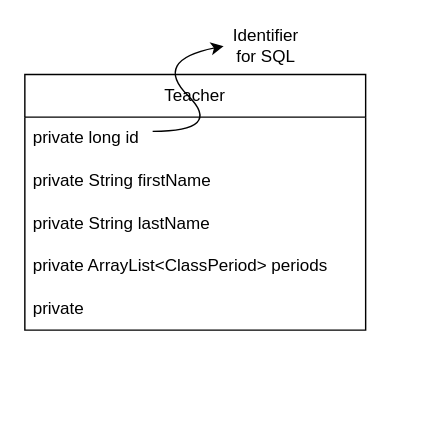
The draw.io diagram assets/teacherobject.drawio in John-sCC/jcc_frontend, before the edit. Source tidied: cells renumbered, new cells numbered last; positions are measured from the earlier drawing's top-left corner, leaving out a move shared by most shapes. Both pictures are drawn from the tidied source at 142%, with x=0, y=0 at pixel (24, 24).
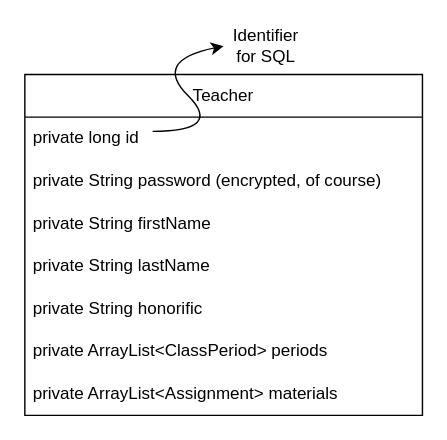
After the change.

The edit, as a diff of the source:
```diff
@@
 <mxGraphModel>
   <root>
     <mxCell id="0" />
     <mxCell id="1" parent="0" />
     <mxCell id="2" value="Teacher" style="swimlane;fontStyle=0;horizontal=1;startSize=30;whiteSpace=wrap;html=1;" parent="1" vertex="1">
-      <mxGeometry y="35" width="240" height="180" as="geometry" />
+      <mxGeometry y="35" width="280" height="240" as="geometry" />
     </mxCell>
     <mxCell id="3" style="curved=1;endArrow=classic;html=1;rounded=0;" parent="2" edge="1">
       <mxGeometry relative="1" as="geometry">
         <mxPoint x="90" y="40" as="sourcePoint" />
         <mxPoint x="140" y="-20" as="targetPoint" />
         <Array as="points">
           <mxPoint x="140" y="40" />
           <mxPoint x="90" y="-10" />
         </Array>
       </mxGeometry>
     </mxCell>
     <mxCell id="4" value="private long id" style="text;strokeColor=none;fillColor=none;align=left;verticalAlign=middle;spacingLeft=4;spacingRight=4;overflow=hidden;whiteSpace=wrap;html=1;" parent="2" vertex="1">
-      <mxGeometry y="30" width="240" height="30" as="geometry" />
+      <mxGeometry y="30" width="280" height="30" as="geometry" />
     </mxCell>
+    <mxCell id="10" value="private String password (encrypted, of course)" style="text;html=1;strokeColor=none;fillColor=none;align=left;verticalAlign=middle;whiteSpace=wrap;rounded=0;spacingLeft=4;" parent="2" vertex="1">
+      <mxGeometry y="60" width="280" height="30" as="geometry" />
+    </mxCell>
     <mxCell id="5" value="private String firstName" style="text;strokeColor=none;fillColor=none;align=left;verticalAlign=middle;spacingLeft=4;spacingRight=4;overflow=hidden;whiteSpace=wrap;html=1;" parent="2" vertex="1">
-      <mxGeometry y="60" width="240" height="30" as="geometry" />
+      <mxGeometry y="90" width="280" height="30" as="geometry" />
     </mxCell>
     <mxCell id="6" value="private String lastName" style="text;strokeColor=none;fillColor=none;align=left;verticalAlign=middle;spacingLeft=4;spacingRight=4;overflow=hidden;whiteSpace=wrap;html=1;" parent="2" vertex="1">
-      <mxGeometry y="90" width="240" height="30" as="geometry" />
+      <mxGeometry y="120" width="280" height="30" as="geometry" />
     </mxCell>
+    <mxCell id="8" value="private String honorific" style="text;html=1;strokeColor=none;fillColor=none;align=left;verticalAlign=middle;whiteSpace=wrap;rounded=0;spacingLeft=4;" parent="2" vertex="1">
+      <mxGeometry y="150" width="280" height="30" as="geometry" />
+    </mxCell>
     <mxCell id="7" value="private ArrayList&amp;lt;ClassPeriod&amp;gt; periods" style="text;html=1;strokeColor=none;fillColor=none;align=left;verticalAlign=middle;whiteSpace=wrap;rounded=0;spacingLeft=4;" parent="2" vertex="1">
-      <mxGeometry y="120" width="240" height="30" as="geometry" />
+      <mxGeometry y="180" width="280" height="30" as="geometry" />
     </mxCell>
-    <mxCell id="8" value="private&amp;nbsp;" style="text;html=1;strokeColor=none;fillColor=none;align=left;verticalAlign=middle;whiteSpace=wrap;rounded=0;spacingLeft=4;" parent="2" vertex="1">
-      <mxGeometry y="150" width="240" height="30" as="geometry" />
-    </mxCell>
+    <mxCell id="11" value="private ArrayList&amp;lt;Assignment&amp;gt; materials" style="text;html=1;strokeColor=none;fillColor=none;align=left;verticalAlign=middle;whiteSpace=wrap;rounded=0;spacingLeft=4;" parent="2" vertex="1">
+      <mxGeometry y="210" width="280" height="30" as="geometry" />
+    </mxCell>
     <mxCell id="9" value="Identifier for SQL" style="text;html=1;strokeColor=none;fillColor=none;align=center;verticalAlign=middle;whiteSpace=wrap;rounded=0;" parent="1" vertex="1">
       <mxGeometry x="140" width="60" height="30" as="geometry" />
     </mxCell>
   </root>
 </mxGraphModel>
```
